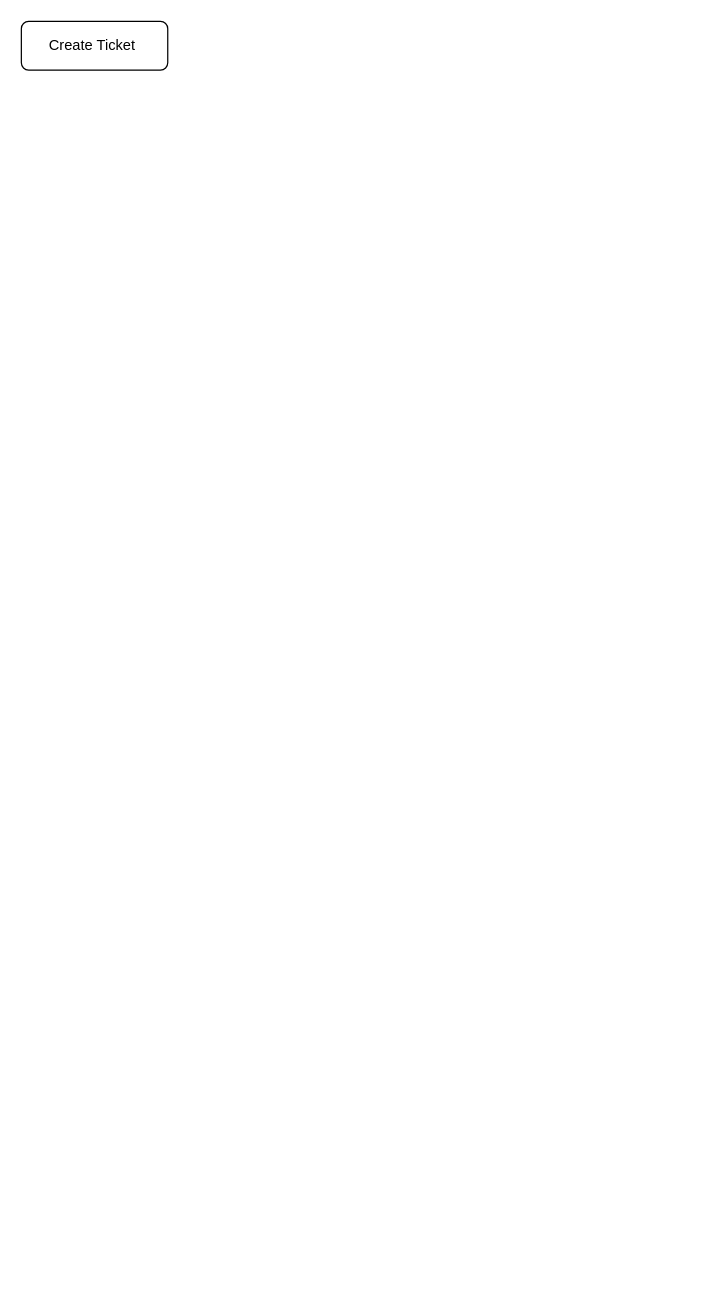
Before: FixBug.drawio in BlackRock2308/BlackRock2308, a draw.io diagram. Source tidied: cells renumbered, new cells numbered last; positions are measured from the earlier drawing's top-left corner, leaving out a move shared by most shapes. Both pictures are drawn from the tidied source at 122%, with x=0, y=0 at pixel (21, 21).
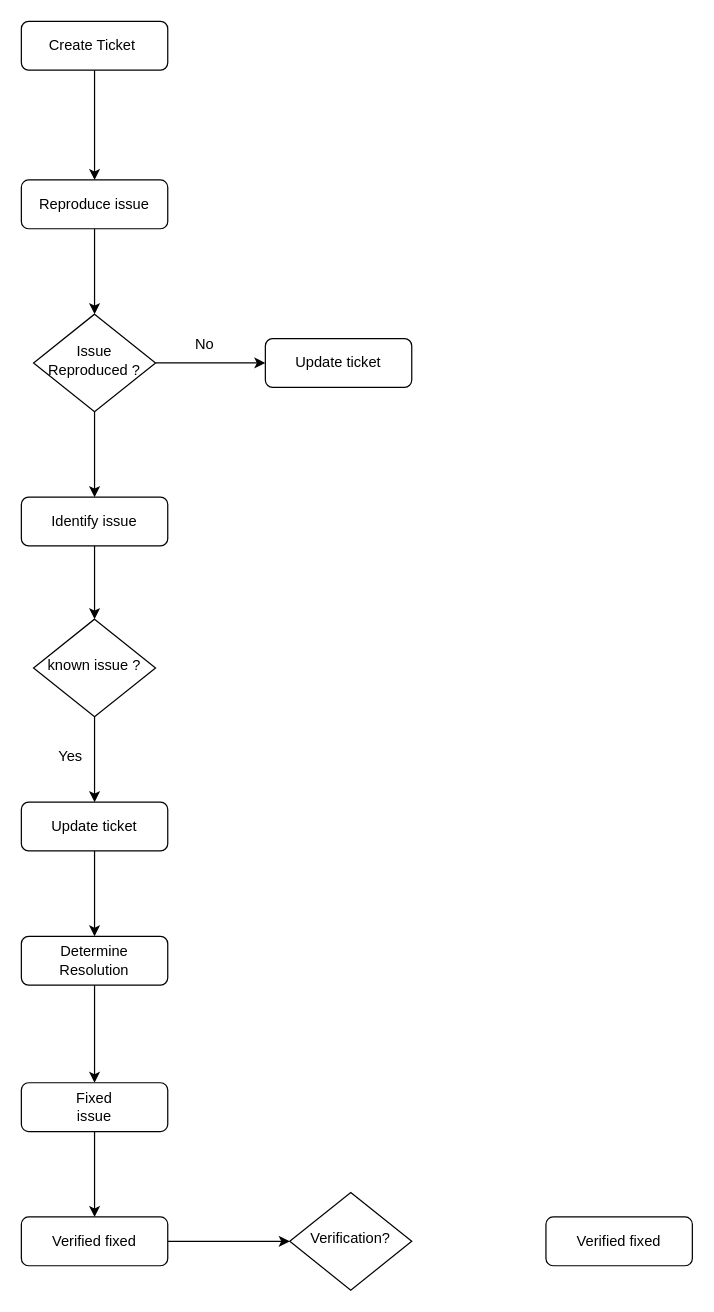
The same diagram, later.

The change refers to these unchanged cells:
```xml
<mxCell id="2" value="Create Ticket&amp;nbsp;" style="rounded=1;whiteSpace=wrap;html=1;fontSize=12;glass=0;strokeWidth=1;shadow=0;" parent="1" vertex="1">
  <mxGeometry width="120" height="40" as="geometry" />
</mxCell>
```

Change to the diagram source:
```diff
@@
+    <mxCell id="3" style="edgeStyle=orthogonalEdgeStyle;rounded=0;jettySize=auto;html=1;exitX=0.5;exitY=1;exitDx=0;exitDy=0;entryX=0.5;entryY=0;entryDx=0;entryDy=0;" parent="1" edge="1" source="2" target="5">
+      <mxGeometry relative="1" as="geometry" />
+    </mxCell>
@@
+    <mxCell id="4" style="edgeStyle=orthogonalEdgeStyle;rounded=0;jettySize=auto;html=1;exitX=0.5;exitY=1;exitDx=0;exitDy=0;entryX=0.5;entryY=0;entryDx=0;entryDy=0;" parent="1" edge="1" source="5" target="8">
+      <mxGeometry relative="1" as="geometry" />
+    </mxCell>
+    <mxCell id="5" value="Reproduce issue" style="rounded=1;whiteSpace=wrap;html=1;fontSize=12;glass=0;strokeWidth=1;shadow=0;" parent="1" vertex="1">
+      <mxGeometry y="130" width="120" height="40" as="geometry" />
+    </mxCell>
+    <mxCell id="6" style="edgeStyle=orthogonalEdgeStyle;rounded=0;jettySize=auto;html=1;exitX=0.5;exitY=1;exitDx=0;exitDy=0;entryX=0.5;entryY=0;entryDx=0;entryDy=0;" parent="1" edge="1" source="8" target="10">
+      <mxGeometry relative="1" as="geometry" />
+    </mxCell>
+    <mxCell id="7" style="edgeStyle=orthogonalEdgeStyle;rounded=0;jettySize=auto;html=1;exitX=1;exitY=0.5;exitDx=0;exitDy=0;entryX=0;entryY=0.5;entryDx=0;entryDy=0;" parent="1" edge="1" source="8" target="11">
+      <mxGeometry relative="1" as="geometry" />
+    </mxCell>
+    <mxCell id="8" value="Issue Reproduced ?" style="rhombus;whiteSpace=wrap;html=1;shadow=0;fontFamily=Helvetica;fontSize=12;align=center;strokeWidth=1;spacing=6;spacingTop=-4;" parent="1" vertex="1">
+      <mxGeometry x="10" y="240" width="100" height="80" as="geometry" />
+    </mxCell>
+    <mxCell id="9" style="edgeStyle=orthogonalEdgeStyle;rounded=0;jettySize=auto;html=1;exitX=0.5;exitY=1;exitDx=0;exitDy=0;" parent="1" edge="1" source="10" target="16">
+      <mxGeometry relative="1" as="geometry" />
+    </mxCell>
+    <mxCell id="10" value="Identify issue" style="rounded=1;whiteSpace=wrap;html=1;fontSize=12;glass=0;strokeWidth=1;shadow=0;" parent="1" vertex="1">
+      <mxGeometry y="390" width="120" height="40" as="geometry" />
+    </mxCell>
+    <mxCell id="11" value="Update ticket" style="rounded=1;whiteSpace=wrap;html=1;fontSize=12;glass=0;strokeWidth=1;shadow=0;" parent="1" vertex="1">
+      <mxGeometry x="200" y="260" width="120" height="40" as="geometry" />
+    </mxCell>
+    <mxCell id="12" value="No" style="text;html=1;align=center;verticalAlign=middle;strokeColor=none;fillColor=none;" parent="1" vertex="1">
+      <mxGeometry x="130" y="250" width="40" height="30" as="geometry" />
+    </mxCell>
+    <mxCell id="13" style="edgeStyle=orthogonalEdgeStyle;rounded=0;jettySize=auto;html=1;exitX=0.5;exitY=1;exitDx=0;exitDy=0;entryX=0.5;entryY=0;entryDx=0;entryDy=0;" parent="1" edge="1" source="14" target="19">
+      <mxGeometry relative="1" as="geometry" />
+    </mxCell>
+    <mxCell id="14" value="Update ticket" style="rounded=1;whiteSpace=wrap;html=1;fontSize=12;glass=0;strokeWidth=1;shadow=0;" parent="1" vertex="1">
+      <mxGeometry y="640" width="120" height="40" as="geometry" />
+    </mxCell>
+    <mxCell id="15" style="edgeStyle=orthogonalEdgeStyle;rounded=0;jettySize=auto;html=1;exitX=0.5;exitY=1;exitDx=0;exitDy=0;" parent="1" edge="1" source="16" target="14">
+      <mxGeometry relative="1" as="geometry" />
+    </mxCell>
+    <mxCell id="16" value="known issue ?" style="rhombus;whiteSpace=wrap;html=1;shadow=0;fontFamily=Helvetica;fontSize=12;align=center;strokeWidth=1;spacing=6;spacingTop=-4;" parent="1" vertex="1">
+      <mxGeometry x="10" y="490" width="100" height="80" as="geometry" />
+    </mxCell>
+    <mxCell id="17" value="Yes" style="text;html=1;align=center;verticalAlign=middle;strokeColor=none;fillColor=none;" parent="1" vertex="1">
+      <mxGeometry x="20" y="588" width="40" height="30" as="geometry" />
+    </mxCell>
+    <mxCell id="18" style="edgeStyle=orthogonalEdgeStyle;rounded=0;jettySize=auto;html=1;exitX=0.5;exitY=1;exitDx=0;exitDy=0;entryX=0.5;entryY=0;entryDx=0;entryDy=0;" parent="1" edge="1" source="19" target="21">
+      <mxGeometry relative="1" as="geometry" />
+    </mxCell>
+    <mxCell id="19" value="Determine &lt;br&gt;Resolution" style="rounded=1;whiteSpace=wrap;html=1;fontSize=12;glass=0;strokeWidth=1;shadow=0;" parent="1" vertex="1">
+      <mxGeometry y="750" width="120" height="40" as="geometry" />
+    </mxCell>
+    <mxCell id="20" style="edgeStyle=orthogonalEdgeStyle;rounded=0;jettySize=auto;html=1;exitX=0.5;exitY=1;exitDx=0;exitDy=0;entryX=0.5;entryY=0;entryDx=0;entryDy=0;" parent="1" edge="1" source="21" target="24">
+      <mxGeometry relative="1" as="geometry" />
+    </mxCell>
+    <mxCell id="21" value="Fixed&lt;br&gt;issue" style="rounded=1;whiteSpace=wrap;html=1;fontSize=12;glass=0;strokeWidth=1;shadow=0;" parent="1" vertex="1">
+      <mxGeometry y="870" width="120" height="40" as="geometry" />
+    </mxCell>
+    <mxCell id="22" value="Verification?" style="rhombus;whiteSpace=wrap;html=1;shadow=0;fontFamily=Helvetica;fontSize=12;align=center;strokeWidth=1;spacing=6;spacingTop=-4;" parent="1" vertex="1">
+      <mxGeometry x="220" y="960" width="100" height="80" as="geometry" />
+    </mxCell>
+    <mxCell id="23" style="edgeStyle=orthogonalEdgeStyle;rounded=0;jettySize=auto;html=1;exitX=1;exitY=0.5;exitDx=0;exitDy=0;entryX=0;entryY=0.5;entryDx=0;entryDy=0;" parent="1" edge="1" source="24" target="22">
+      <mxGeometry relative="1" as="geometry" />
+    </mxCell>
+    <mxCell id="24" value="Verified fixed" style="rounded=1;whiteSpace=wrap;html=1;fontSize=12;glass=0;strokeWidth=1;shadow=0;" parent="1" vertex="1">
+      <mxGeometry y="980" width="120" height="40" as="geometry" />
+    </mxCell>
+    <mxCell id="25" value="Verified fixed" style="rounded=1;whiteSpace=wrap;html=1;fontSize=12;glass=0;strokeWidth=1;shadow=0;" parent="1" vertex="1">
+      <mxGeometry x="430" y="980" width="120" height="40" as="geometry" />
+    </mxCell>
```
